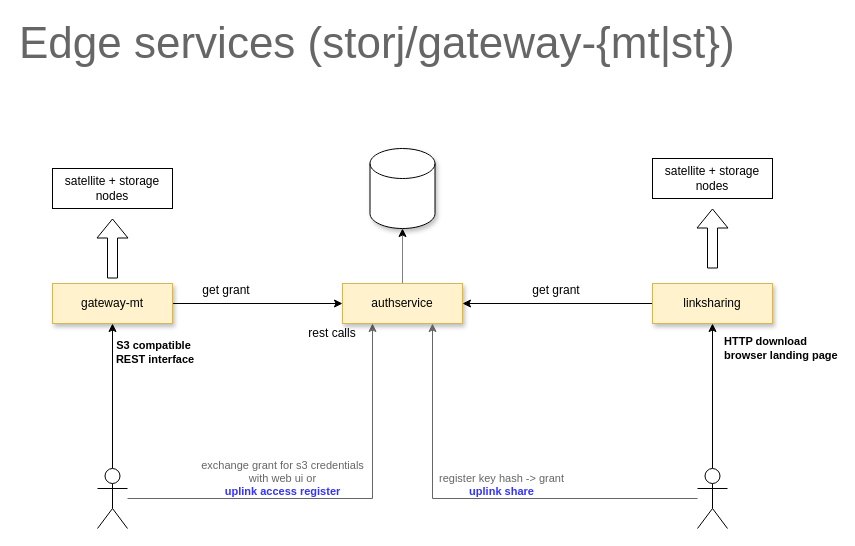
Before: page "edge" (3 of 9) of storj.drawio in storj/illustrated, a draw.io diagram. Source tidied: cells renumbered, new cells numbered last; positions are measured from the earlier drawing's top-left corner, leaving out a move shared by most shapes. Both pictures are drawn from the tidied source at 100%, with x=0, y=0 at pixel (17, 18).
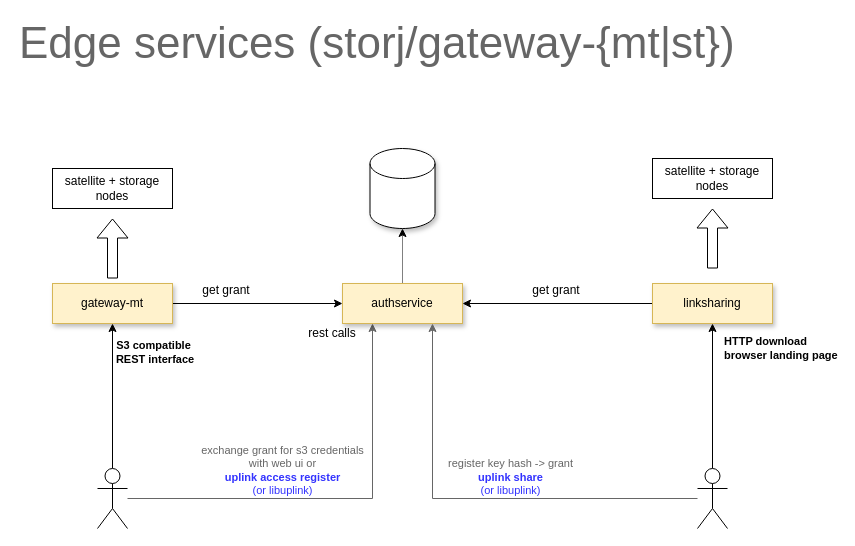
The same page after the edit.

Commit message:
mentioning libuplink on edge services slides

Unchanged cells that the change refers to:
```xml
<mxCell id="6" style="shape=umlActor;verticalLabelPosition=bottom;verticalAlign=top;html=1;outlineConnect=0;shadow=0;" parent="1" vertex="1">
  <mxGeometry x="80" y="450" width="30" height="60" as="geometry" />
</mxCell>
<mxCell id="8" value="authservice" style="rounded=0;whiteSpace=wrap;html=1;shadow=1;fillColor=#fff2cc;strokeColor=#d6b656;" parent="1" vertex="1">
  <mxGeometry x="325" y="265" width="120" height="40" as="geometry" />
</mxCell>
<mxCell id="14" style="shape=umlActor;verticalLabelPosition=bottom;verticalAlign=top;html=1;outlineConnect=0;shadow=0;" parent="1" vertex="1">
  <mxGeometry x="680" y="450" width="30" height="60" as="geometry" />
</mxCell>
```

Diff of the diagram source:
```diff
@@
-    <mxCell id="5" value="&lt;font color=&quot;#666666&quot;&gt;exchange grant for s3 credentials&lt;br&gt;with web ui or&lt;/font&gt;&lt;br&gt;&lt;font color=&quot;#3333ff&quot;&gt;&lt;b&gt;uplink access register&lt;/b&gt;&lt;/font&gt;" style="edgeStyle=orthogonalEdgeStyle;rounded=0;jettySize=auto;html=1;entryX=0.25;entryY=1;entryDx=0;entryDy=0;strokeColor=#666666;" parent="1" edge="1" source="6" target="8">
-      <mxGeometry x="-0.26" y="20" relative="1" as="geometry" />
+    <mxCell id="5" value="&lt;font color=&quot;#666666&quot;&gt;exchange grant for s3 credentials&lt;br&gt;with web ui or&lt;/font&gt;&lt;br&gt;&lt;font color=&quot;#3333ff&quot;&gt;&lt;b&gt;uplink access register&lt;/b&gt;&lt;br&gt;(or libuplink)&lt;br&gt;&lt;/font&gt;" style="edgeStyle=orthogonalEdgeStyle;rounded=0;jettySize=auto;html=1;entryX=0.25;entryY=1;entryDx=0;entryDy=0;strokeColor=#666666;" parent="1" edge="1" source="6" target="8">
+      <mxGeometry x="-0.26" y="28" relative="1" as="geometry" />
     </mxCell>
@@
-    <mxCell id="13" value="&lt;br&gt;&lt;font color=&quot;#666666&quot;&gt;register key hash -&amp;gt; grant&lt;br&gt;&lt;/font&gt;&lt;b style=&quot;color: rgb(51 , 51 , 255)&quot;&gt;uplink share&lt;/b&gt;" style="edgeStyle=orthogonalEdgeStyle;rounded=0;jettySize=auto;html=1;strokeColor=#666666;" parent="1" edge="1" source="14" target="8">
-      <mxGeometry x="-0.11" y="-20" relative="1" as="geometry">
+    <mxCell id="13" value="&lt;br&gt;&lt;font color=&quot;#666666&quot;&gt;register key hash -&amp;gt; grant&lt;br&gt;&lt;/font&gt;&lt;span style=&quot;color: rgb(51 , 51 , 255)&quot;&gt;&lt;b&gt;uplink share&lt;/b&gt;&lt;br&gt;(or libuplink)&lt;br&gt;&lt;/span&gt;" style="edgeStyle=orthogonalEdgeStyle;rounded=0;jettySize=auto;html=1;strokeColor=#666666;" parent="1" edge="1" source="14" target="8">
+      <mxGeometry x="-0.15" y="-28" relative="1" as="geometry">
         <Array as="points">
           <mxPoint x="415" y="480" />
         </Array>
       </mxGeometry>
     </mxCell>
```
